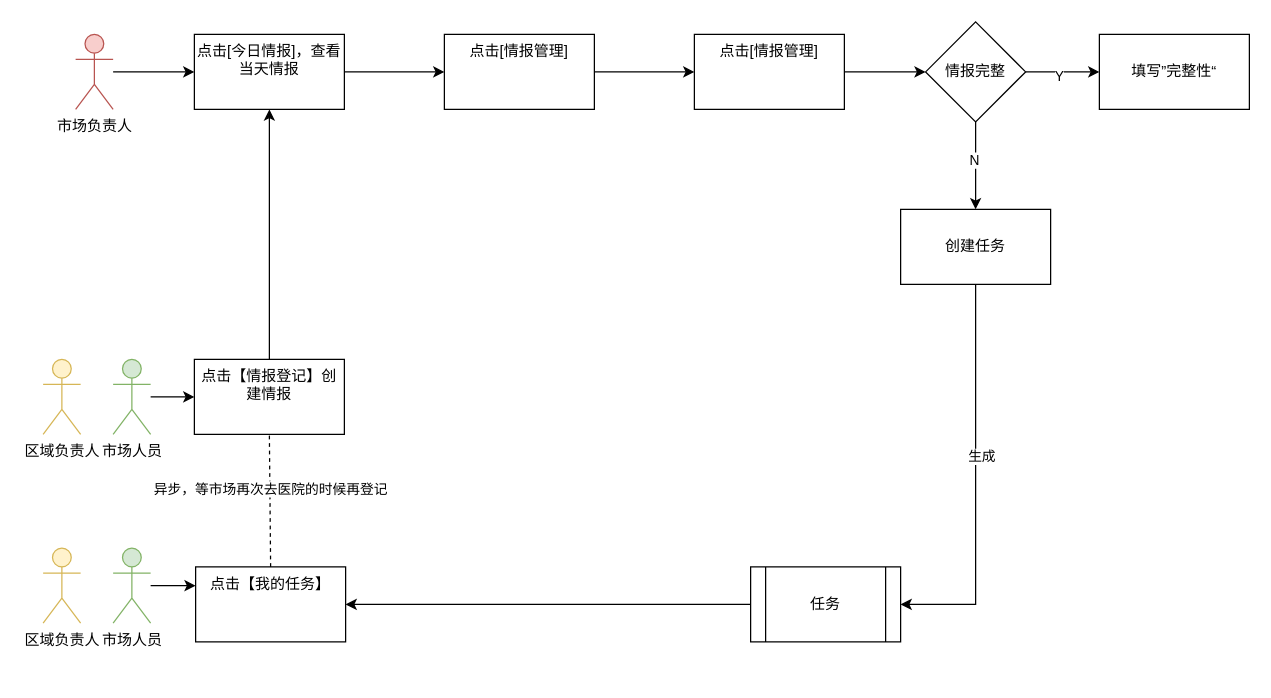
Earlier version of the draw.io diagram 情报用户使用图.drawio (keepthink/mydrawio). Source tidied: cells renumbered, new cells numbered last; positions are measured from the earlier drawing's top-left corner, leaving out a move shared by most shapes. Both pictures are drawn from the tidied source at 125%, with x=0, y=0 at pixel (42, 21).
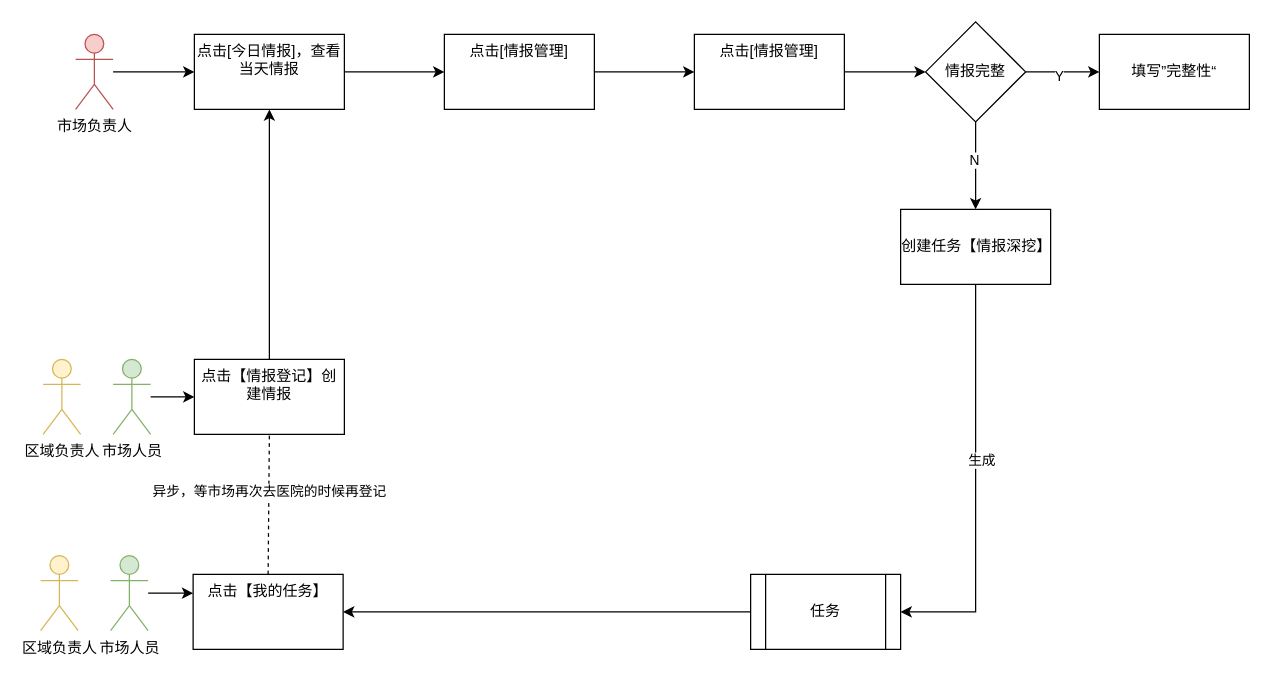
After the change.

Commit message:
更新情报用户使用图.drawio

Unchanged cells that the change refers to:
```xml
<mxCell id="5" value="点击[今日情报]，查看当天情报" style="whiteSpace=wrap;html=1;verticalAlign=top;" parent="1" vertex="1">
  <mxGeometry x="121" y="10" width="120" height="60" as="geometry" />
</mxCell>
<mxCell id="9" value="点击【情报登记】创建情报" style="whiteSpace=wrap;html=1;verticalAlign=top;" parent="1" vertex="1">
  <mxGeometry x="121" y="270" width="120" height="60" as="geometry" />
</mxCell>
```

Change to the diagram source:
```diff
@@
-    <mxCell id="8" style="edgeStyle=orthogonalEdgeStyle;rounded=0;jettySize=auto;html=1;entryX=0.5;entryY=1;entryDx=0;entryDy=0;" parent="1" edge="1" source="9" target="5">
-      <mxGeometry relative="1" as="geometry" />
+    <mxCell id="8" style="edgeStyle=orthogonalEdgeStyle;rounded=0;orthogonalLoop=1;jettySize=auto;html=1;entryX=0.5;entryY=1;entryDx=0;entryDy=0;" parent="1" edge="1">
+      <mxGeometry relative="1" as="geometry">
+        <mxPoint x="181" y="270" as="sourcePoint" />
+        <mxPoint x="181" y="70" as="targetPoint" />
+      </mxGeometry>
     </mxCell>
@@
-    <mxCell id="22" value="创建任务" style="rounded=0;whiteSpace=wrap;html=1;" parent="1" vertex="1">
+    <mxCell id="22" value="创建任务【情报深挖】" style="rounded=0;whiteSpace=wrap;html=1;" parent="1" vertex="1">
       <mxGeometry x="686" y="150" width="120" height="60" as="geometry" />
     </mxCell>
@@
     <mxCell id="25" value="市场人员" style="shape=umlActor;verticalLabelPosition=bottom;verticalAlign=top;html=1;outlineConnect=0;fillColor=#d5e8d4;strokeColor=#82b366;" parent="1" vertex="1">
-      <mxGeometry x="56" y="421" width="30" height="60" as="geometry" />
+      <mxGeometry x="54" y="427" width="30" height="60" as="geometry" />
     </mxCell>
     <mxCell id="26" value="区域负责人&lt;div&gt;&lt;br&gt;&lt;/div&gt;" style="shape=umlActor;verticalLabelPosition=bottom;verticalAlign=top;html=1;fillColor=#fff2cc;strokeColor=#d6b656;" parent="1" vertex="1">
-      <mxGeometry y="421" width="30" height="60" as="geometry" />
+      <mxGeometry x="-2" y="427" width="30" height="60" as="geometry" />
     </mxCell>
     <mxCell id="27" value="点击【我的任务】" style="whiteSpace=wrap;html=1;verticalAlign=top;" parent="1" vertex="1">
-      <mxGeometry x="122" y="436" width="120" height="60" as="geometry" />
+      <mxGeometry x="120" y="442" width="120" height="60" as="geometry" />
     </mxCell>
@@
     <mxCell id="29" value="任务" style="shape=process;whiteSpace=wrap;html=1;backgroundOutline=1;" parent="1" vertex="1">
-      <mxGeometry x="566" y="436" width="120" height="60" as="geometry" />
+      <mxGeometry x="566" y="442" width="120" height="60" as="geometry" />
     </mxCell>
```
